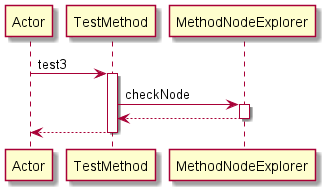
Earlier version of the PlantUML export Diagrams/test3.png (manucapo/Gardener).
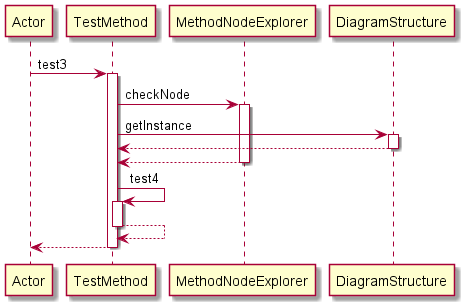
The same file after the commit.

The edit, as a diff of the source:
```diff
@@ -4,7 +4,15 @@
 activate TestMethod
 TestMethod -> MethodNodeExplorer: checkNode
 activate MethodNodeExplorer
+TestMethod -> DiagramStructure: getInstance
+activate DiagramStructure
+DiagramStructure-->TestMethod
+deactivate DiagramStructure
 MethodNodeExplorer-->TestMethod
 deactivate MethodNodeExplorer
+TestMethod -> TestMethod: test4
+activate TestMethod
+TestMethod-->TestMethod
+deactivate TestMethod
 return
 @enduml
```
